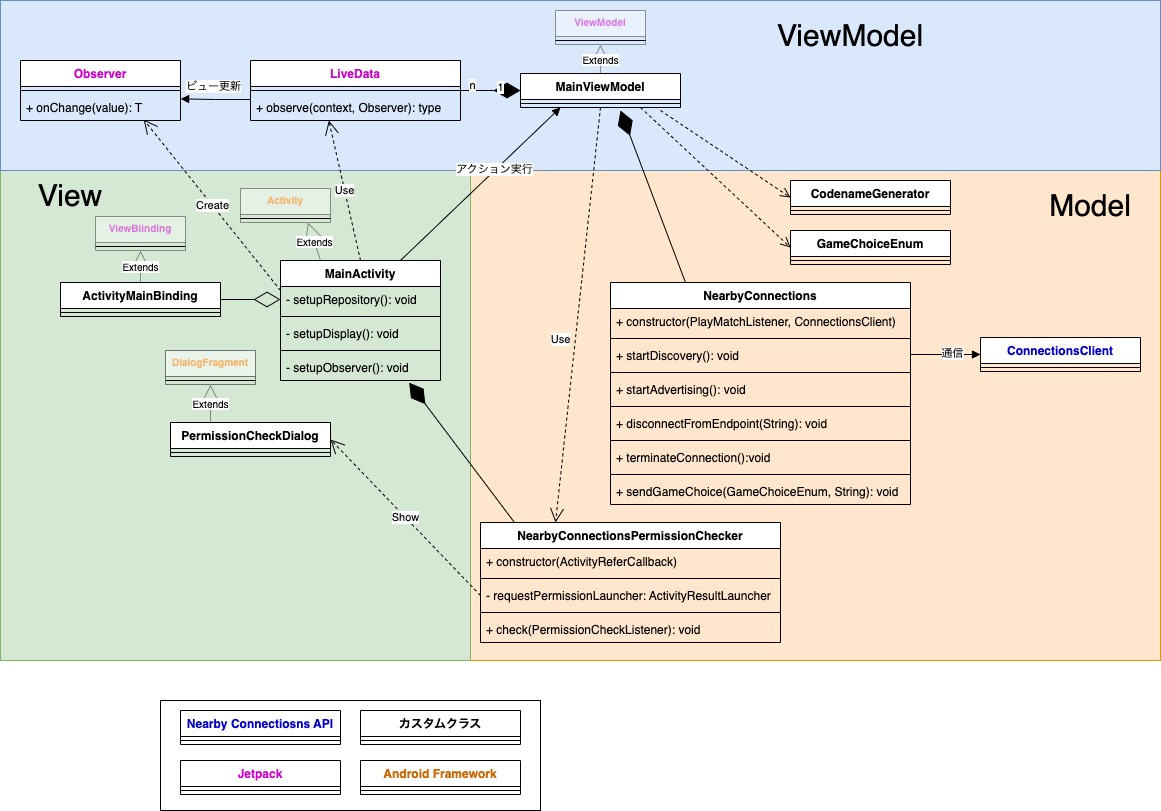
Before: doc/class_diagram-mvvm.drawio.png, a diagram exported from draw.io (seabat/hello-nearby-connection). Source tidied: cells renumbered, new cells last; positions are measured from the earlier drawing's top-left corner, leaving out a move shared by most shapes.
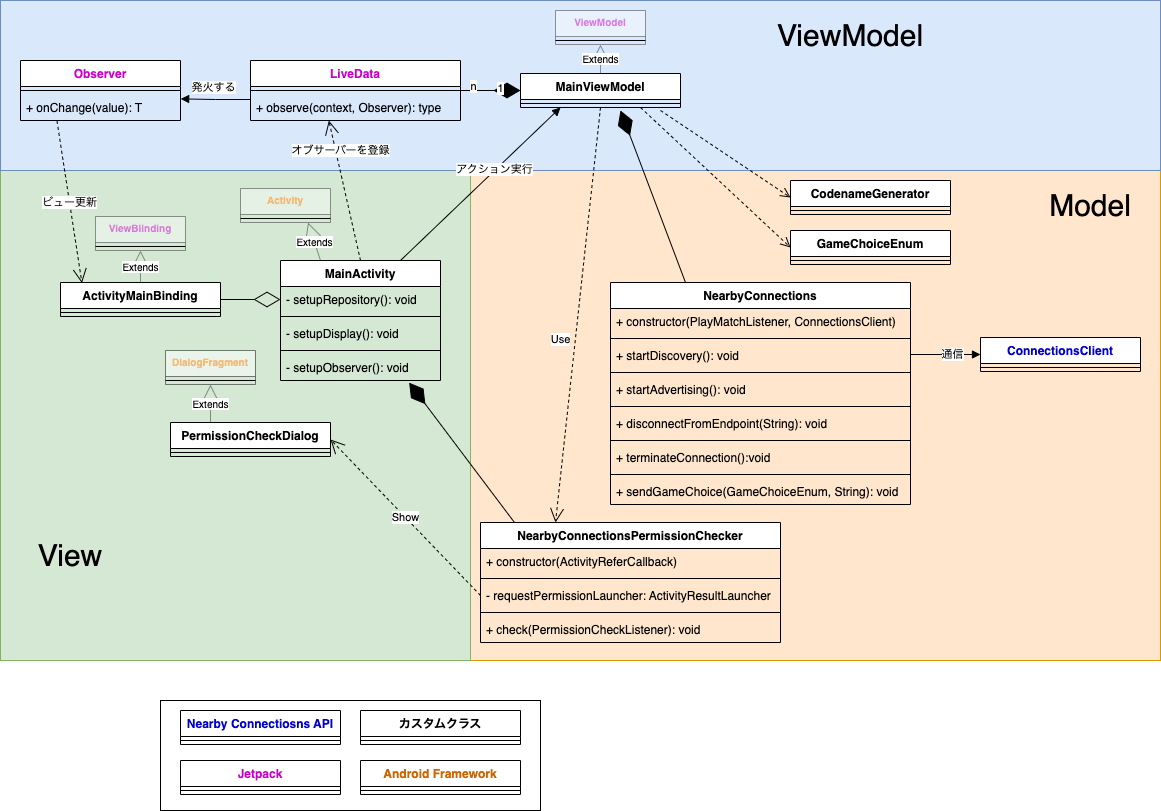
The same file after the commit.

Commit message:
クラス図を更新

The edit, as a diff of the source:
```diff
@@ -134,12 +134,12 @@
         <mxPoint x="250" y="99" as="sourcePoint" />
       </mxGeometry>
     </mxCell>
-    <mxCell id="44" value="ビュー更新" style="edgeLabel;html=1;align=center;verticalAlign=middle;" parent="43" vertex="1">
+    <mxCell id="44" value="発火する" style="edgeLabel;html=1;align=center;verticalAlign=middle;" parent="43" vertex="1">
       <mxGeometry x="-0.69" y="-3" relative="1" as="geometry">
         <mxPoint x="-27" y="-10" as="offset" />
       </mxGeometry>
     </mxCell>
-    <mxCell id="45" value="Create" style="endArrow=open;endSize=12;dashed=1;html=1;rounded=0;exitX=0;exitY=0.25;exitDx=0;exitDy=0;entryX=0.77;entryY=0.966;entryDx=0;entryDy=0;entryPerimeter=0;" parent="1" edge="1" source="6" target="39">
+    <mxCell id="45" value="ビュー更新" style="endArrow=open;endSize=12;dashed=1;html=1;rounded=0;exitX=0.228;exitY=1.019;exitDx=0;exitDy=0;entryX=0.134;entryY=0.015;entryDx=0;entryDy=0;entryPerimeter=0;exitPerimeter=0;" parent="1" edge="1" source="39" target="59">
       <mxGeometry relative="1" as="geometry" />
     </mxCell>
     <mxCell id="46" style="endArrow=block;html=1;rounded=0;endFill=1;exitX=0.75;exitY=0;exitDx=0;exitDy=0;entryX=0.25;entryY=1;entryDx=0;entryDy=0;" parent="1" edge="1" source="6" target="12">
@@ -193,13 +193,13 @@
       <mxGeometry x="820" y="20" width="60" height="30" as="geometry" />
     </mxCell>
     <mxCell id="62" value="View" style="text;html=1;strokeColor=none;fillColor=none;align=center;verticalAlign=middle;whiteSpace=wrap;rounded=0;fontSize=30;" parent="1" vertex="1">
-      <mxGeometry x="40" y="180" width="60" height="30" as="geometry" />
+      <mxGeometry x="40" y="540" width="60" height="30" as="geometry" />
     </mxCell>
     <mxCell id="63" value="Model" style="text;html=1;strokeColor=none;fillColor=none;align=center;verticalAlign=middle;whiteSpace=wrap;rounded=0;fontSize=30;" parent="1" vertex="1">
       <mxGeometry x="1060" y="190" width="60" height="30" as="geometry" />
     </mxCell>
-    <mxCell id="64" value="Use" style="endArrow=open;endSize=12;dashed=1;html=1;rounded=0;fontSize=11;entryX=0.373;entryY=1.001;entryDx=0;entryDy=0;entryPerimeter=0;exitX=0.5;exitY=0;exitDx=0;exitDy=0;" parent="1" edge="1" source="6" target="36">
-      <mxGeometry relative="1" as="geometry" />
+    <mxCell id="64" value="オブサーバーを登録" style="endArrow=open;endSize=12;dashed=1;html=1;rounded=0;fontSize=11;entryX=0.373;entryY=1.001;entryDx=0;entryDy=0;entryPerimeter=0;exitX=0.5;exitY=0;exitDx=0;exitDy=0;" parent="1" edge="1" source="6" target="36">
+      <mxGeometry x="0.56" y="-5" relative="1" as="geometry" />
     </mxCell>
     <mxCell id="65" value="Nearby Connectiosns API" style="swimlane;fontStyle=1;align=center;verticalAlign=top;horizontal=1;startSize=26;fontColor=#0000CC;" parent="1" vertex="1">
       <mxGeometry x="180" y="710" width="160" height="34" as="geometry" />
```
